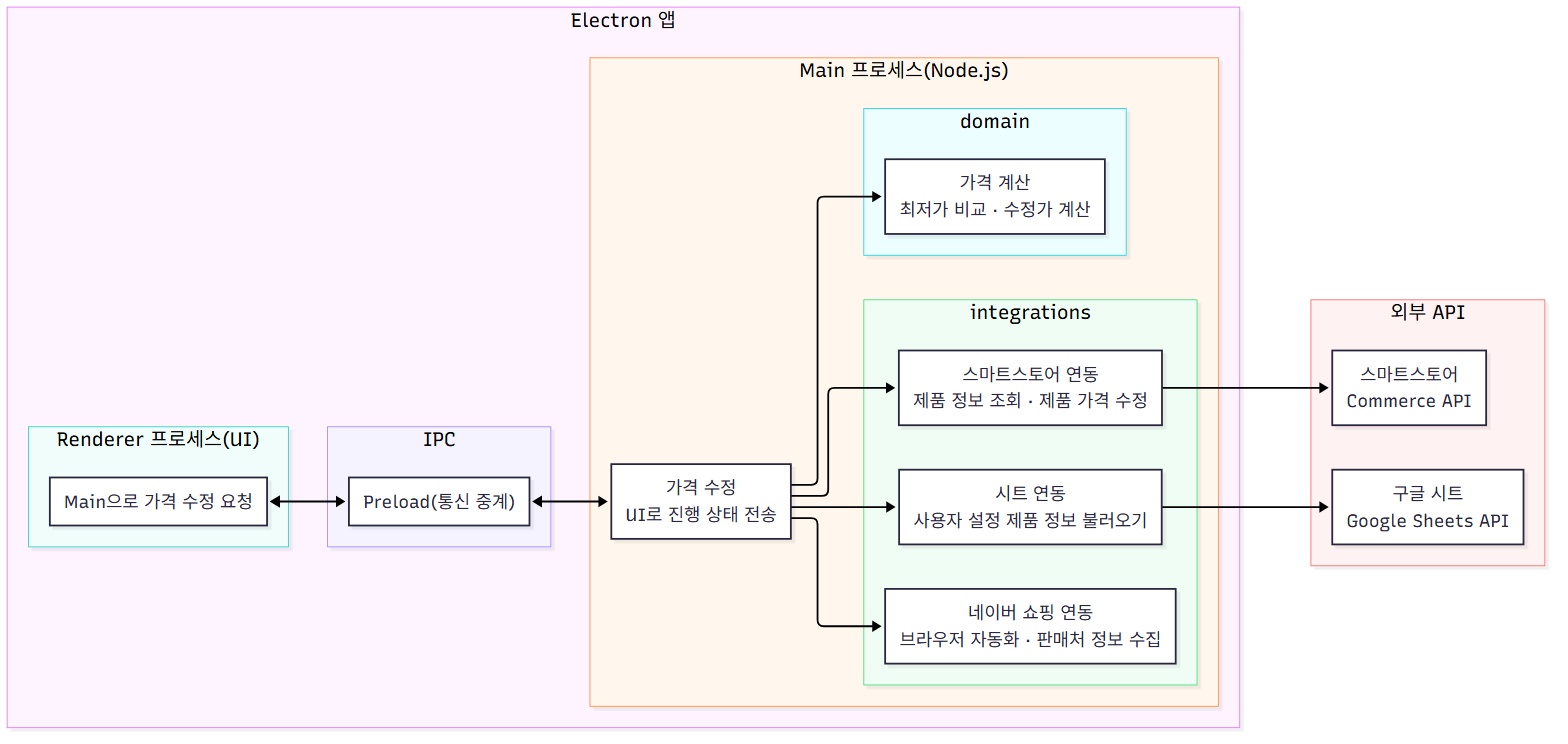
The Mermaid diagram assets/architecture.png in J8rl-Chik/smartstore-price-bot, before a commit. Its source is kept beside it as assets/architecture.mmd. Source of this version:
```mermaid
%%{init: {"flowchart": {"htmlLabels": false, "wrappingWidth": 400}, "themeVariables": {"fontSize": "20px"}, "themeCSS": ".cluster-label text { font-size: 22px; font-weight: bold; }"}}%%
flowchart LR
  subgraph Electron["Electron 앱"]
    direction LR
    subgraph Renderer["Renderer 프로세스(UI)"]
      React["Main으로 가격 수정 요청"]
    end

    subgraph Main["Main 프로세스(Node.js)"]
      direction LR
      Core["가격 수정<br/>UI로 진행 상태 전송"]
      subgraph Domain["domain"]
        DomainLogic["가격 계산<br/>최저가 비교 · 수정가 계산"]
      end
      subgraph Adapters["integrations"]
        direction TB
        StoreAd["스마트스토어 연동<br/>제품 정보 조회 · 제품 가격 수정"]
        SheetsAd["시트 연동<br/>사용자 설정 제품 정보 불러오기"]
        CatalogAd["네이버 쇼핑 연동<br/>브라우저 자동화 · 판매처 정보 수집"]
      end
      Core --> DomainLogic
      Core --> StoreAd
      Core --> SheetsAd
      Core --> CatalogAd
    end

    subgraph IPC["IPC"]
      Preload["Preload(통신 중계)"]
    end

    React <--> Preload <--> Core
  end

  subgraph External["외부 API"]
    direction TB
    Commerce["스마트스토어<br/>Commerce API"]
    Sheets["구글 시트<br/>Google Sheets API"]
  end

  StoreAd --> Commerce
  SheetsAd --> Sheets
```
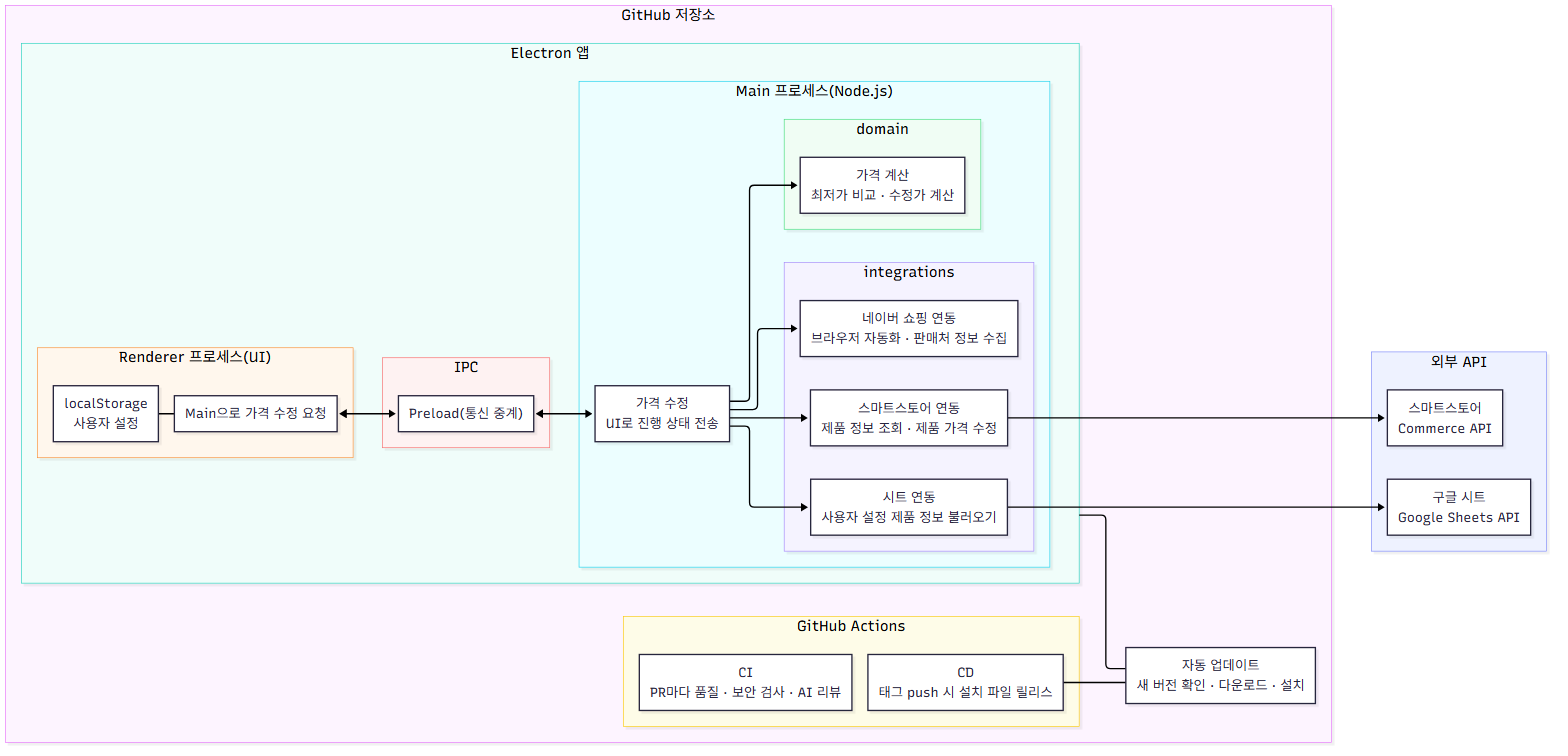
Later version of the same file.

Commit message:
docs: architecture 다이어그램에 localStorage, CI/CD 추가

- Renderer에 localStorage 사용자 설정 노드 추가
- GitHub 저장소 그룹 안에 Electron 앱과 GitHub Actions(CI, CD) 배치
- CD와 자동 업데이트 노드를 잇고, 자동 업데이트에서 Electron 앱으로 연결

Change to the diagram source:
```diff
@@ -1,34 +1,50 @@
 %%{init: {"flowchart": {"htmlLabels": false, "wrappingWidth": 400}, "themeVariables": {"fontSize": "20px"}, "themeCSS": ".cluster-label text { font-size: 22px; font-weight: bold; }"}}%%
 flowchart LR
-  subgraph Electron["Electron 앱"]
+  subgraph GitHub["GitHub 저장소"]
     direction LR
-    subgraph Renderer["Renderer 프로세스(UI)"]
-      React["Main으로 가격 수정 요청"]
+    subgraph Electron["Electron 앱"]
+      direction LR
+      subgraph Renderer["Renderer 프로세스(UI)"]
+        direction TB
+        React["Main으로 가격 수정 요청"]
+        LocalStorage["localStorage<br/>사용자 설정"]
+        LocalStorage --- React
+      end
+
+      subgraph Main["Main 프로세스(Node.js)"]
+        direction LR
+        Core["가격 수정<br/>UI로 진행 상태 전송"]
+        subgraph Domain["domain"]
+          DomainLogic["가격 계산<br/>최저가 비교 · 수정가 계산"]
+        end
+        subgraph Adapters["integrations"]
+          direction TB
+          StoreAd["스마트스토어 연동<br/>제품 정보 조회 · 제품 가격 수정"]
+          SheetsAd["시트 연동<br/>사용자 설정 제품 정보 불러오기"]
+          CatalogAd["네이버 쇼핑 연동<br/>브라우저 자동화 · 판매처 정보 수집"]
+        end
+        Core --> DomainLogic
+        Core --> StoreAd
+        Core --> SheetsAd
+        Core --> CatalogAd
+      end
+
+      subgraph IPC["IPC"]
+        Preload["Preload(통신 중계)"]
+      end
+
+      React <--> Preload <--> Core
     end
 
-    subgraph Main["Main 프로세스(Node.js)"]
+    subgraph Actions["GitHub Actions"]
       direction LR
-      Core["가격 수정<br/>UI로 진행 상태 전송"]
-      subgraph Domain["domain"]
-        DomainLogic["가격 계산<br/>최저가 비교 · 수정가 계산"]
-      end
-      subgraph Adapters["integrations"]
-        direction TB
-        StoreAd["스마트스토어 연동<br/>제품 정보 조회 · 제품 가격 수정"]
-        SheetsAd["시트 연동<br/>사용자 설정 제품 정보 불러오기"]
-        CatalogAd["네이버 쇼핑 연동<br/>브라우저 자동화 · 판매처 정보 수집"]
-      end
-      Core --> DomainLogic
-      Core --> StoreAd
-      Core --> SheetsAd
-      Core --> CatalogAd
+      PR["CI<br/>PR마다 품질 · 보안 검사 · AI 리뷰"]
+      Release["CD<br/>태그 push 시 설치 파일 릴리스"]
+      PR ~~~ Release
     end
-
-    subgraph IPC["IPC"]
-      Preload["Preload(통신 중계)"]
-    end
-
-    React <--> Preload <--> Core
+    Updater["자동 업데이트<br/>새 버전 확인 · 다운로드 · 설치"]
+    Release --- Updater
+    Electron <--- Updater
   end
 
   subgraph External["외부 API"]
```
